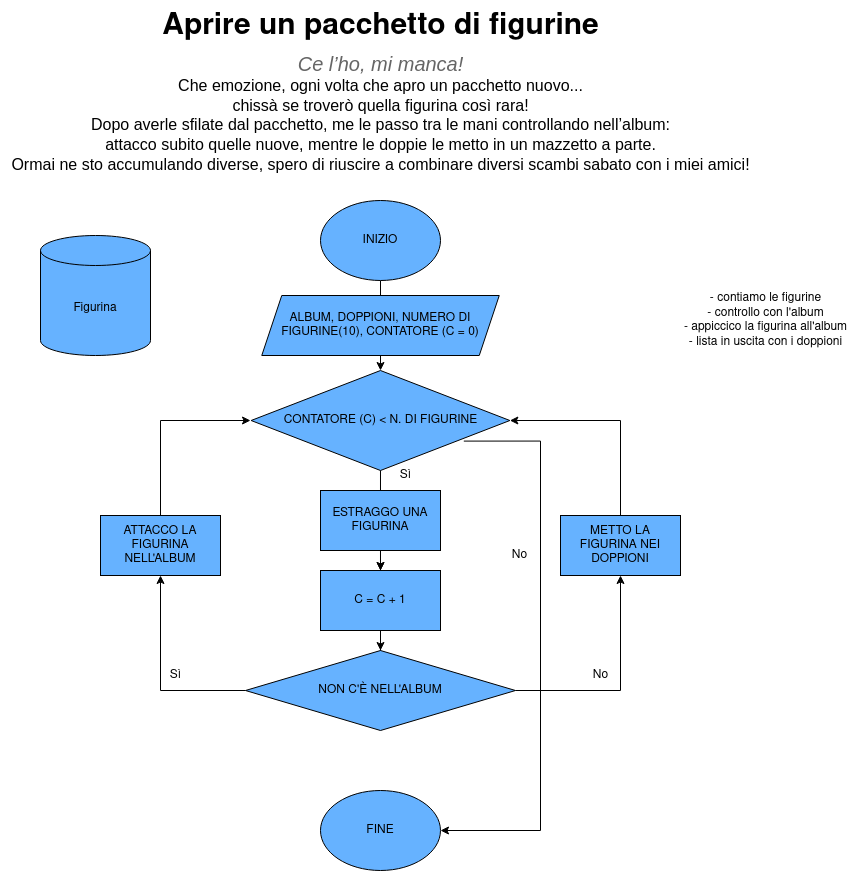
pierdomenicoguarnieri/human-code keeps this draw.io diagram as human-code.drawio.png. Above is the earlier version. Source tidied: cells renumbered, new cells last; positions are measured from the earlier drawing's top-left corner, leaving out a move shared by most shapes. Its diagram source:
```xml
<mxGraphModel>
  <root>
    <mxCell id="0" />
    <mxCell id="1" parent="0" />
    <mxCell id="2" value="&lt;p role=&quot;presentation&quot; style=&quot;line-height: 1.38; margin-top: 0pt; margin-bottom: 3pt; font-size: 20px;&quot; dir=&quot;ltr&quot; align=&quot;center&quot;&gt;&lt;b&gt;&lt;font style=&quot;font-size: 30px;&quot;&gt;Aprire un pacchetto di figurine&lt;/font&gt;&lt;/b&gt;&lt;/p&gt;&lt;div align=&quot;center&quot;&gt;&lt;span style=&quot;font-size: 15pt; font-family: Arial; color: rgb(102, 102, 102); background-color: transparent; font-weight: 400; font-style: italic; font-variant: normal; text-decoration: none; vertical-align: baseline;&quot;&gt;Ce l’ho, mi manca!&lt;/span&gt;&lt;br&gt;&lt;span style=&quot;font-size: 12pt; font-family: Arial; color: rgb(0, 0, 0); background-color: transparent; font-weight: 400; font-style: normal; font-variant: normal; text-decoration: none; vertical-align: baseline;&quot;&gt;Che emozione, ogni volta che apro un pacchetto nuovo... &lt;/span&gt;&lt;br&gt;&lt;span style=&quot;font-size: 12pt; font-family: Arial; color: rgb(0, 0, 0); background-color: transparent; font-weight: 400; font-style: normal; font-variant: normal; text-decoration: none; vertical-align: baseline;&quot;&gt;chissà se troverò quella figurina così rara!&lt;/span&gt;&lt;br&gt;&lt;span style=&quot;font-size: 12pt; font-family: Arial; color: rgb(0, 0, 0); background-color: transparent; font-weight: 400; font-style: normal; font-variant: normal; text-decoration: none; vertical-align: baseline;&quot;&gt;Dopo averle sfilate dal pacchetto, me le passo tra le mani controllando nell’album:&lt;/span&gt;&lt;br&gt;&lt;span style=&quot;font-size: 12pt; font-family: Arial; color: rgb(0, 0, 0); background-color: transparent; font-weight: 400; font-style: normal; font-variant: normal; text-decoration: none; vertical-align: baseline;&quot;&gt;attacco subito quelle nuove, mentre le doppie le metto in un mazzetto a parte. &lt;/span&gt;&lt;br&gt;&lt;span style=&quot;font-size: 12pt; font-family: Arial; color: rgb(0, 0, 0); background-color: transparent; font-weight: 400; font-style: normal; font-variant: normal; text-decoration: none; vertical-align: baseline;&quot;&gt;Ormai ne sto accumulando diverse, spero di riuscire a combinare diversi scambi sabato con i miei amici! &lt;/span&gt;&lt;/div&gt;" style="text;html=1;align=center;verticalAlign=middle;strokeColor=none;fillColor=none;" parent="1" vertex="1">
      <mxGeometry width="760" height="180" as="geometry" />
    </mxCell>
    <mxCell id="3" style="edgeStyle=orthogonalEdgeStyle;rounded=0;jettySize=auto;html=1;" parent="1" edge="1" source="4" target="14">
      <mxGeometry relative="1" as="geometry" />
    </mxCell>
    <mxCell id="4" value="INIZIO" style="ellipse;whiteSpace=wrap;html=1;fillColor=#66B2FF;" parent="1" vertex="1">
      <mxGeometry x="320" y="200" width="120" height="80" as="geometry" />
    </mxCell>
    <mxCell id="5" value="FINE" style="ellipse;whiteSpace=wrap;html=1;fillColor=#66B2FF;" parent="1" vertex="1">
      <mxGeometry x="320" y="790" width="120" height="80" as="geometry" />
    </mxCell>
    <mxCell id="6" value="&lt;div&gt;Figurina&lt;/div&gt;" style="shape=cylinder3;whiteSpace=wrap;html=1;boundedLbl=1;backgroundOutline=1;size=15;fillColor=#66B2FF;" parent="1" vertex="1">
      <mxGeometry x="40" y="235" width="110" height="120" as="geometry" />
    </mxCell>
    <mxCell id="7" value="&lt;div&gt;- contiamo le figurine&lt;br&gt;&lt;/div&gt;&lt;div&gt;- controllo con l'album&lt;/div&gt;&lt;div&gt;- appiccico la figurina all'album&lt;br&gt;&lt;/div&gt;&lt;div&gt;- lista in uscita con i doppioni&lt;br&gt;&lt;/div&gt;" style="text;html=1;align=center;verticalAlign=middle;strokeColor=none;fillColor=none;" parent="1" vertex="1">
      <mxGeometry x="670" y="285" width="190" height="70" as="geometry" />
    </mxCell>
    <mxCell id="8" style="edgeStyle=orthogonalEdgeStyle;rounded=0;jettySize=auto;html=1;" parent="1" edge="1" source="10" target="20">
      <mxGeometry relative="1" as="geometry" />
    </mxCell>
    <mxCell id="9" style="edgeStyle=orthogonalEdgeStyle;rounded=0;jettySize=auto;html=1;exitX=0.5;exitY=0;exitDx=0;exitDy=0;" parent="1" edge="1" source="23">
      <mxGeometry relative="1" as="geometry">
        <mxPoint x="250" y="420" as="targetPoint" />
        <Array as="points">
          <mxPoint x="160" y="420" />
        </Array>
      </mxGeometry>
    </mxCell>
    <mxCell id="10" value="CONTATORE (C) &amp;lt; N. DI FIGURINE" style="rhombus;whiteSpace=wrap;html=1;fillColor=#66B2FF;" parent="1" vertex="1">
      <mxGeometry x="250.6" y="370" width="258.8" height="100" as="geometry" />
    </mxCell>
    <mxCell id="11" style="edgeStyle=orthogonalEdgeStyle;rounded=0;jettySize=auto;html=1;" parent="1" edge="1" source="12" target="20">
      <mxGeometry relative="1" as="geometry" />
    </mxCell>
    <mxCell id="12" value="ESTRAGGO UNA FIGURINA" style="rounded=0;whiteSpace=wrap;html=1;fillColor=#66B2FF;" parent="1" vertex="1">
      <mxGeometry x="320" y="490" width="120" height="60" as="geometry" />
    </mxCell>
    <mxCell id="13" style="edgeStyle=orthogonalEdgeStyle;rounded=0;jettySize=auto;html=1;" parent="1" edge="1" source="14" target="10">
      <mxGeometry relative="1" as="geometry">
        <Array as="points">
          <mxPoint x="380" y="410" />
          <mxPoint x="380" y="410" />
        </Array>
      </mxGeometry>
    </mxCell>
    <mxCell id="14" value="&lt;div&gt;ALBUM, DOPPIONI, NUMERO DI FIGURINE(10), CONTATORE (C = 0)&lt;br&gt;&lt;/div&gt;" style="shape=parallelogram;perimeter=parallelogramPerimeter;whiteSpace=wrap;html=1;fixedSize=1;fillColor=#66B2FF;" parent="1" vertex="1">
      <mxGeometry x="261.2" y="295" width="237.5" height="60" as="geometry" />
    </mxCell>
    <mxCell id="15" style="edgeStyle=orthogonalEdgeStyle;rounded=0;jettySize=auto;html=1;" parent="1" edge="1" source="18" target="23">
      <mxGeometry relative="1" as="geometry" />
    </mxCell>
    <mxCell id="16" style="edgeStyle=orthogonalEdgeStyle;rounded=0;jettySize=auto;html=1;" parent="1" edge="1" source="18" target="22">
      <mxGeometry relative="1" as="geometry" />
    </mxCell>
    <mxCell id="17" style="edgeStyle=orthogonalEdgeStyle;rounded=0;jettySize=auto;html=1;exitX=0.822;exitY=0.706;exitDx=0;exitDy=0;exitPerimeter=0;" parent="1" edge="1" source="10" target="5">
      <mxGeometry relative="1" as="geometry">
        <Array as="points">
          <mxPoint x="540" y="441" />
          <mxPoint x="540" y="830" />
        </Array>
      </mxGeometry>
    </mxCell>
    <mxCell id="18" value="NON C'È NELL'ALBUM" style="rhombus;whiteSpace=wrap;html=1;fillColor=#66B2FF;" parent="1" vertex="1">
      <mxGeometry x="245" y="650" width="270" height="80" as="geometry" />
    </mxCell>
    <mxCell id="19" style="edgeStyle=orthogonalEdgeStyle;rounded=0;jettySize=auto;html=1;" parent="1" edge="1" source="20" target="18">
      <mxGeometry relative="1" as="geometry" />
    </mxCell>
    <mxCell id="20" value="C = C + 1" style="rounded=0;whiteSpace=wrap;html=1;fillColor=#66B2FF;" parent="1" vertex="1">
      <mxGeometry x="320" y="570" width="120" height="60" as="geometry" />
    </mxCell>
    <mxCell id="21" style="edgeStyle=orthogonalEdgeStyle;rounded=0;jettySize=auto;html=1;entryX=1;entryY=0.5;entryDx=0;entryDy=0;exitX=0.5;exitY=0;exitDx=0;exitDy=0;" parent="1" edge="1" source="22" target="10">
      <mxGeometry relative="1" as="geometry" />
    </mxCell>
    <mxCell id="22" value="METTO LA FIGURINA NEI DOPPIONI" style="rounded=0;whiteSpace=wrap;html=1;fillColor=#66B2FF;" parent="1" vertex="1">
      <mxGeometry x="560" y="515" width="120" height="60" as="geometry" />
    </mxCell>
    <mxCell id="23" value="ATTACCO LA FIGURINA NELL'ALBUM" style="rounded=0;whiteSpace=wrap;html=1;fillColor=#66B2FF;" parent="1" vertex="1">
      <mxGeometry x="100" y="515" width="120" height="60" as="geometry" />
    </mxCell>
    <mxCell id="24" value="No" style="text;html=1;align=center;verticalAlign=middle;strokeColor=none;fillColor=none;" parent="1" vertex="1">
      <mxGeometry x="498.8" y="540" width="40" height="30" as="geometry" />
    </mxCell>
    <mxCell id="25" value="Sì" style="text;html=1;align=center;verticalAlign=middle;strokeColor=none;fillColor=none;" parent="1" vertex="1">
      <mxGeometry x="390" y="460" width="30" height="30" as="geometry" />
    </mxCell>
    <mxCell id="26" value="No" style="text;html=1;align=center;verticalAlign=middle;strokeColor=none;fillColor=none;" parent="1" vertex="1">
      <mxGeometry x="580" y="660" width="40" height="30" as="geometry" />
    </mxCell>
    <mxCell id="27" value="Sì" style="text;html=1;align=center;verticalAlign=middle;strokeColor=none;fillColor=none;" parent="1" vertex="1">
      <mxGeometry x="160" y="660" width="30" height="30" as="geometry" />
    </mxCell>
  </root>
</mxGraphModel>
```
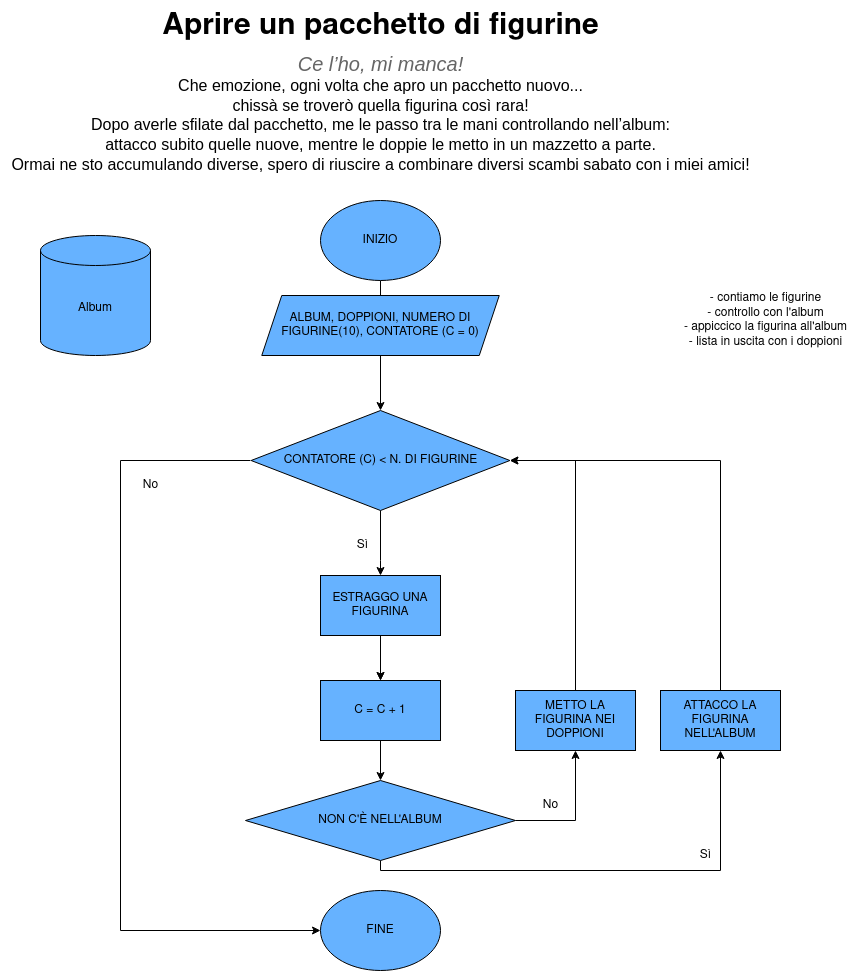
After the change.

Change to the diagram source:
```diff
@@ -12,34 +12,31 @@
       <mxGeometry x="320" y="200" width="120" height="80" as="geometry" />
     </mxCell>
     <mxCell id="5" value="FINE" style="ellipse;whiteSpace=wrap;html=1;fillColor=#66B2FF;" parent="1" vertex="1">
-      <mxGeometry x="320" y="790" width="120" height="80" as="geometry" />
+      <mxGeometry x="320" y="890" width="120" height="80" as="geometry" />
     </mxCell>
-    <mxCell id="6" value="&lt;div&gt;Figurina&lt;/div&gt;" style="shape=cylinder3;whiteSpace=wrap;html=1;boundedLbl=1;backgroundOutline=1;size=15;fillColor=#66B2FF;" parent="1" vertex="1">
+    <mxCell id="6" value="Album" style="shape=cylinder3;whiteSpace=wrap;html=1;boundedLbl=1;backgroundOutline=1;size=15;fillColor=#66B2FF;" parent="1" vertex="1">
       <mxGeometry x="40" y="235" width="110" height="120" as="geometry" />
     </mxCell>
     <mxCell id="7" value="&lt;div&gt;- contiamo le figurine&lt;br&gt;&lt;/div&gt;&lt;div&gt;- controllo con l'album&lt;/div&gt;&lt;div&gt;- appiccico la figurina all'album&lt;br&gt;&lt;/div&gt;&lt;div&gt;- lista in uscita con i doppioni&lt;br&gt;&lt;/div&gt;" style="text;html=1;align=center;verticalAlign=middle;strokeColor=none;fillColor=none;" parent="1" vertex="1">
       <mxGeometry x="670" y="285" width="190" height="70" as="geometry" />
     </mxCell>
-    <mxCell id="8" style="edgeStyle=orthogonalEdgeStyle;rounded=0;jettySize=auto;html=1;" parent="1" edge="1" source="10" target="20">
-      <mxGeometry relative="1" as="geometry" />
-    </mxCell>
-    <mxCell id="9" style="edgeStyle=orthogonalEdgeStyle;rounded=0;jettySize=auto;html=1;exitX=0.5;exitY=0;exitDx=0;exitDy=0;" parent="1" edge="1" source="23">
-      <mxGeometry relative="1" as="geometry">
-        <mxPoint x="250" y="420" as="targetPoint" />
-        <Array as="points">
-          <mxPoint x="160" y="420" />
-        </Array>
-      </mxGeometry>
-    </mxCell>
+    <mxCell id="28" style="edgeStyle=orthogonalEdgeStyle;rounded=0;jettySize=auto;html=1;startArrow=none;" parent="1" edge="1" source="12" target="20">
+      <mxGeometry relative="1" as="geometry" />
+    </mxCell>
+    <mxCell id="29" style="edgeStyle=orthogonalEdgeStyle;rounded=0;jettySize=auto;html=1;" parent="1" edge="1" source="10" target="12">
+      <mxGeometry relative="1" as="geometry">
+        <Array as="points">
+          <mxPoint x="380" y="560" />
+          <mxPoint x="380" y="560" />
+        </Array>
+      </mxGeometry>
+    </mxCell>
     <mxCell id="10" value="CONTATORE (C) &amp;lt; N. DI FIGURINE" style="rhombus;whiteSpace=wrap;html=1;fillColor=#66B2FF;" parent="1" vertex="1">
-      <mxGeometry x="250.6" y="370" width="258.8" height="100" as="geometry" />
+      <mxGeometry x="250.6" y="410" width="258.8" height="100" as="geometry" />
     </mxCell>
     <mxCell id="11" style="edgeStyle=orthogonalEdgeStyle;rounded=0;jettySize=auto;html=1;" parent="1" edge="1" source="12" target="20">
       <mxGeometry relative="1" as="geometry" />
     </mxCell>
-    <mxCell id="12" value="ESTRAGGO UNA FIGURINA" style="rounded=0;whiteSpace=wrap;html=1;fillColor=#66B2FF;" parent="1" vertex="1">
-      <mxGeometry x="320" y="490" width="120" height="60" as="geometry" />
-    </mxCell>
     <mxCell id="13" style="edgeStyle=orthogonalEdgeStyle;rounded=0;jettySize=auto;html=1;" parent="1" edge="1" source="14" target="10">
       <mxGeometry relative="1" as="geometry">
         <Array as="points">
@@ -51,49 +48,73 @@
     <mxCell id="14" value="&lt;div&gt;ALBUM, DOPPIONI, NUMERO DI FIGURINE(10), CONTATORE (C = 0)&lt;br&gt;&lt;/div&gt;" style="shape=parallelogram;perimeter=parallelogramPerimeter;whiteSpace=wrap;html=1;fixedSize=1;fillColor=#66B2FF;" parent="1" vertex="1">
       <mxGeometry x="261.2" y="295" width="237.5" height="60" as="geometry" />
     </mxCell>
-    <mxCell id="15" style="edgeStyle=orthogonalEdgeStyle;rounded=0;jettySize=auto;html=1;" parent="1" edge="1" source="18" target="23">
-      <mxGeometry relative="1" as="geometry" />
+    <mxCell id="15" style="edgeStyle=orthogonalEdgeStyle;rounded=0;jettySize=auto;html=1;exitX=0.5;exitY=1;exitDx=0;exitDy=0;entryX=0.5;entryY=1;entryDx=0;entryDy=0;" parent="1" edge="1" source="18" target="23">
+      <mxGeometry relative="1" as="geometry">
+        <Array as="points">
+          <mxPoint x="380" y="870" />
+          <mxPoint x="720" y="870" />
+        </Array>
+      </mxGeometry>
     </mxCell>
-    <mxCell id="16" style="edgeStyle=orthogonalEdgeStyle;rounded=0;jettySize=auto;html=1;" parent="1" edge="1" source="18" target="22">
-      <mxGeometry relative="1" as="geometry" />
+    <mxCell id="16" style="edgeStyle=orthogonalEdgeStyle;rounded=0;jettySize=auto;html=1;exitX=1;exitY=0.5;exitDx=0;exitDy=0;entryX=0.5;entryY=1;entryDx=0;entryDy=0;" parent="1" edge="1" source="18" target="22">
+      <mxGeometry relative="1" as="geometry">
+        <Array as="points">
+          <mxPoint x="575" y="820" />
+        </Array>
+      </mxGeometry>
     </mxCell>
-    <mxCell id="17" style="edgeStyle=orthogonalEdgeStyle;rounded=0;jettySize=auto;html=1;exitX=0.822;exitY=0.706;exitDx=0;exitDy=0;exitPerimeter=0;" parent="1" edge="1" source="10" target="5">
+    <mxCell id="17" style="edgeStyle=orthogonalEdgeStyle;rounded=0;jettySize=auto;html=1;" parent="1" edge="1" target="5">
       <mxGeometry relative="1" as="geometry">
+        <mxPoint x="250" y="460" as="sourcePoint" />
         <Array as="points">
-          <mxPoint x="540" y="441" />
-          <mxPoint x="540" y="830" />
+          <mxPoint x="120" y="460" />
+          <mxPoint x="120" y="930" />
         </Array>
       </mxGeometry>
     </mxCell>
     <mxCell id="18" value="NON C'È NELL'ALBUM" style="rhombus;whiteSpace=wrap;html=1;fillColor=#66B2FF;" parent="1" vertex="1">
-      <mxGeometry x="245" y="650" width="270" height="80" as="geometry" />
+      <mxGeometry x="245" y="780" width="270" height="80" as="geometry" />
     </mxCell>
     <mxCell id="19" style="edgeStyle=orthogonalEdgeStyle;rounded=0;jettySize=auto;html=1;" parent="1" edge="1" source="20" target="18">
       <mxGeometry relative="1" as="geometry" />
     </mxCell>
     <mxCell id="20" value="C = C + 1" style="rounded=0;whiteSpace=wrap;html=1;fillColor=#66B2FF;" parent="1" vertex="1">
-      <mxGeometry x="320" y="570" width="120" height="60" as="geometry" />
+      <mxGeometry x="320" y="680" width="120" height="60" as="geometry" />
     </mxCell>
-    <mxCell id="21" style="edgeStyle=orthogonalEdgeStyle;rounded=0;jettySize=auto;html=1;entryX=1;entryY=0.5;entryDx=0;entryDy=0;exitX=0.5;exitY=0;exitDx=0;exitDy=0;" parent="1" edge="1" source="22" target="10">
-      <mxGeometry relative="1" as="geometry" />
+    <mxCell id="21" style="edgeStyle=orthogonalEdgeStyle;rounded=0;jettySize=auto;html=1;exitX=0.5;exitY=0;exitDx=0;exitDy=0;" parent="1" edge="1" source="22" target="10">
+      <mxGeometry relative="1" as="geometry">
+        <Array as="points">
+          <mxPoint x="575" y="460" />
+        </Array>
+      </mxGeometry>
     </mxCell>
     <mxCell id="22" value="METTO LA FIGURINA NEI DOPPIONI" style="rounded=0;whiteSpace=wrap;html=1;fillColor=#66B2FF;" parent="1" vertex="1">
-      <mxGeometry x="560" y="515" width="120" height="60" as="geometry" />
+      <mxGeometry x="515" y="690" width="120" height="60" as="geometry" />
     </mxCell>
+    <mxCell id="30" style="edgeStyle=orthogonalEdgeStyle;rounded=0;jettySize=auto;html=1;exitX=0.5;exitY=0;exitDx=0;exitDy=0;" parent="1" edge="1" source="23" target="10">
+      <mxGeometry relative="1" as="geometry">
+        <Array as="points">
+          <mxPoint x="720" y="460" />
+        </Array>
+      </mxGeometry>
+    </mxCell>
     <mxCell id="23" value="ATTACCO LA FIGURINA NELL'ALBUM" style="rounded=0;whiteSpace=wrap;html=1;fillColor=#66B2FF;" parent="1" vertex="1">
-      <mxGeometry x="100" y="515" width="120" height="60" as="geometry" />
+      <mxGeometry x="660" y="690" width="120" height="60" as="geometry" />
     </mxCell>
     <mxCell id="24" value="No" style="text;html=1;align=center;verticalAlign=middle;strokeColor=none;fillColor=none;" parent="1" vertex="1">
-      <mxGeometry x="498.8" y="540" width="40" height="30" as="geometry" />
+      <mxGeometry x="130" y="470" width="40" height="30" as="geometry" />
     </mxCell>
     <mxCell id="25" value="Sì" style="text;html=1;align=center;verticalAlign=middle;strokeColor=none;fillColor=none;" parent="1" vertex="1">
-      <mxGeometry x="390" y="460" width="30" height="30" as="geometry" />
+      <mxGeometry x="347" y="530" width="30" height="30" as="geometry" />
     </mxCell>
     <mxCell id="26" value="No" style="text;html=1;align=center;verticalAlign=middle;strokeColor=none;fillColor=none;" parent="1" vertex="1">
-      <mxGeometry x="580" y="660" width="40" height="30" as="geometry" />
+      <mxGeometry x="530" y="790" width="40" height="30" as="geometry" />
     </mxCell>
     <mxCell id="27" value="Sì" style="text;html=1;align=center;verticalAlign=middle;strokeColor=none;fillColor=none;" parent="1" vertex="1">
-      <mxGeometry x="160" y="660" width="30" height="30" as="geometry" />
+      <mxGeometry x="690" y="840" width="30" height="30" as="geometry" />
     </mxCell>
+    <mxCell id="12" value="ESTRAGGO UNA FIGURINA" style="rounded=0;whiteSpace=wrap;html=1;fillColor=#66B2FF;" parent="1" vertex="1">
+      <mxGeometry x="320" y="575" width="120" height="60" as="geometry" />
+    </mxCell>
   </root>
 </mxGraphModel>
```
